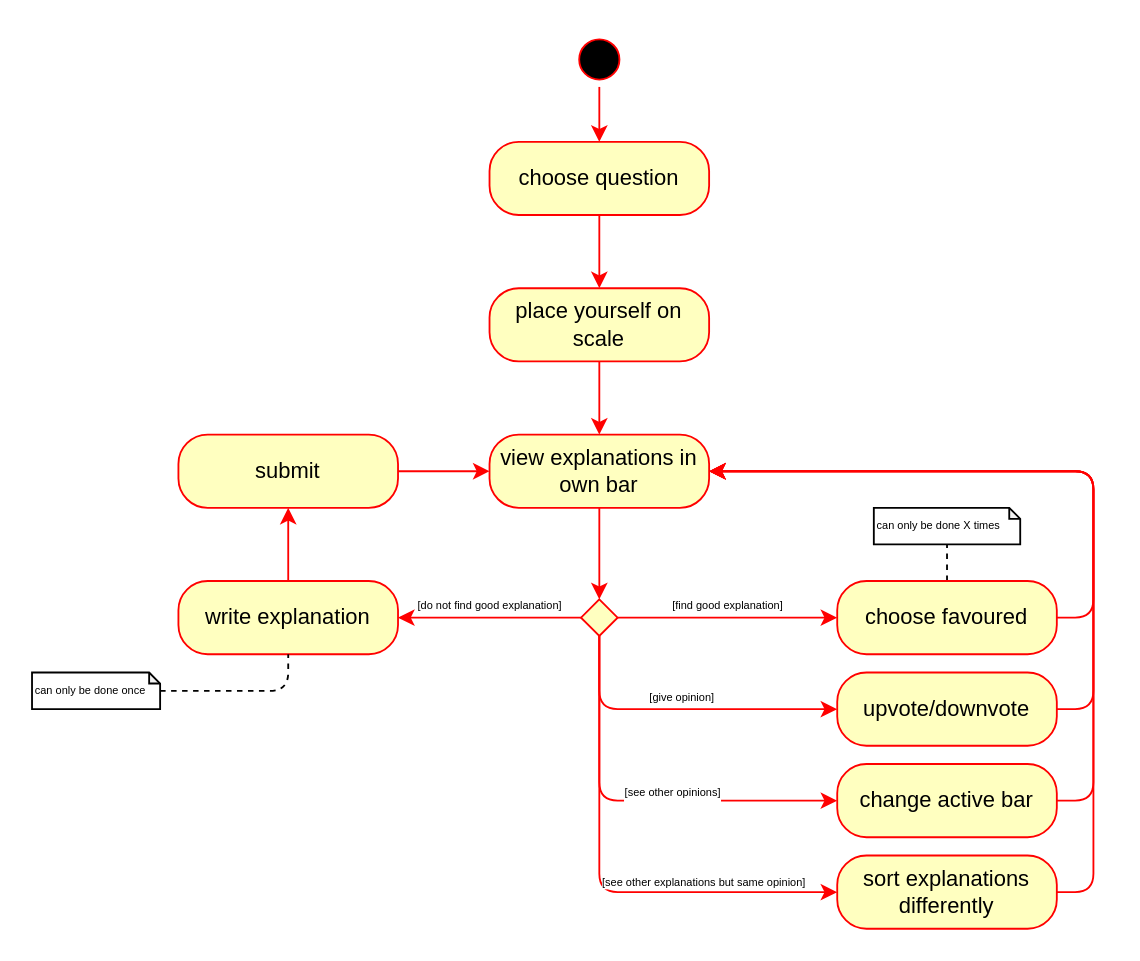
Earlier version of the draw.io diagram page "Choose and Vote" (6 of 7) of diagrams/userflow.drawio (GabrielKP/vice-versa). Source tidied: cells renumbered, new cells numbered last; positions are measured from the earlier drawing's top-left corner, leaving out a move shared by most shapes. Both pictures are drawn from the tidied source at 183%, with x=0, y=0 at pixel (31, 31).
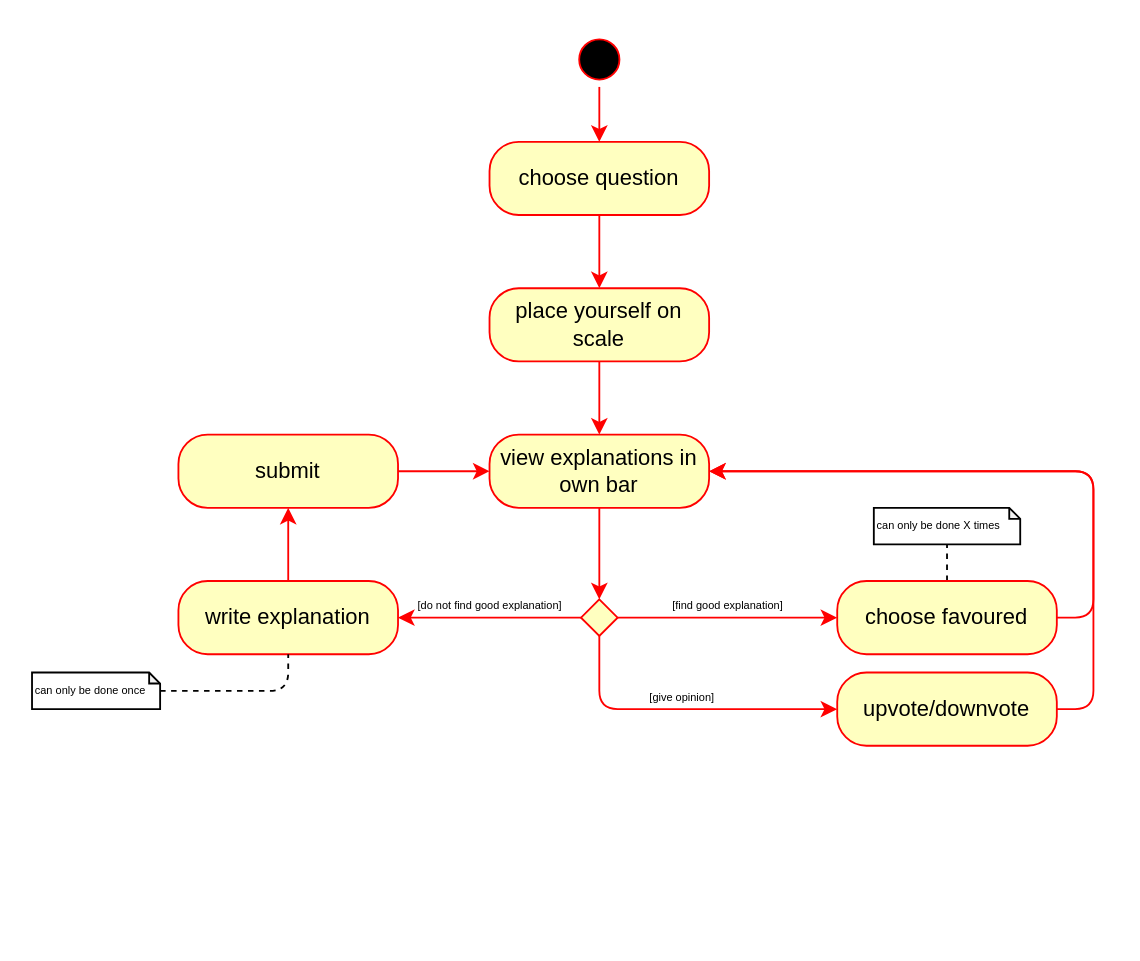
The same page after the edit.

Commit message (it also covers changes not shown here):
quick and dirty addition view explanations

The change refers to these unchanged cells:
```xml
<mxCell id="13" style="rhombus;whiteSpace=wrap;html=1;fillColor=#ffffc0;strokeColor=#ff0000;" parent="1" vertex="1">
  <mxGeometry x="300" y="310" width="20" height="20" as="geometry" />
</mxCell>
<mxCell id="18" value="&lt;div&gt;view explanations in own bar&lt;/div&gt;" style="rounded=1;whiteSpace=wrap;html=1;arcSize=40;fontColor=#000000;fillColor=#ffffc0;strokeColor=#ff0000;" parent="1" vertex="1">
  <mxGeometry x="250" y="220" width="120" height="40" as="geometry" />
</mxCell>
```

The edit, as a diff of the source:
```diff
@@
-    <mxCell id="12" value="[see other explanations but same opinion]" style="edgeStyle=orthogonalEdgeStyle;rounded=1;jettySize=auto;html=1;entryX=0;entryY=0.5;entryDx=0;entryDy=0;strokeColor=#FF0000;fontSize=6;align=left;exitX=0.5;exitY=1;exitDx=0;exitDy=0;" parent="1" edge="1" source="13" target="28">
-      <mxGeometry relative="1" as="geometry" />
-    </mxCell>
@@
-    <mxCell id="21" value="&lt;div&gt;[see other opinions]&lt;/div&gt;&lt;div&gt;&lt;br&gt;&lt;/div&gt;" style="edgeStyle=orthogonalEdgeStyle;rounded=1;jettySize=auto;html=1;entryX=0;entryY=0.5;entryDx=0;entryDy=0;strokeColor=#FF0000;fontSize=6;align=center;exitX=0.5;exitY=1;exitDx=0;exitDy=0;verticalAlign=middle;" parent="1" edge="1" source="13" target="24">
-      <mxGeometry x="-0.18" y="40" relative="1" as="geometry">
-        <mxPoint x="40" y="40" as="offset" />
-      </mxGeometry>
-    </mxCell>
@@
-    <mxCell id="23" style="edgeStyle=orthogonalEdgeStyle;rounded=1;jettySize=auto;html=1;entryX=1;entryY=0.5;entryDx=0;entryDy=0;strokeColor=#FF0000;fontSize=14;align=center;exitX=1;exitY=0.5;exitDx=0;exitDy=0;" parent="1" edge="1" source="24" target="18">
-      <mxGeometry relative="1" as="geometry" />
-    </mxCell>
-    <mxCell id="24" value="change active bar" style="rounded=1;whiteSpace=wrap;html=1;arcSize=40;fontColor=#000000;fillColor=#ffffc0;strokeColor=#ff0000;" parent="1" vertex="1">
-      <mxGeometry x="440" y="400" width="120" height="40" as="geometry" />
-    </mxCell>
@@
-    <mxCell id="27" style="edgeStyle=orthogonalEdgeStyle;rounded=1;jettySize=auto;html=1;entryX=1;entryY=0.5;entryDx=0;entryDy=0;strokeColor=#FF0000;fontSize=14;align=center;exitX=1;exitY=0.5;exitDx=0;exitDy=0;" parent="1" edge="1" source="28" target="18">
-      <mxGeometry relative="1" as="geometry" />
-    </mxCell>
-    <mxCell id="28" value="&lt;div&gt;sort explanations differently&lt;/div&gt;" style="rounded=1;whiteSpace=wrap;html=1;arcSize=40;fontColor=#000000;fillColor=#ffffc0;strokeColor=#ff0000;" parent="1" vertex="1">
-      <mxGeometry x="440" y="450" width="120" height="40" as="geometry" />
-    </mxCell>
```
